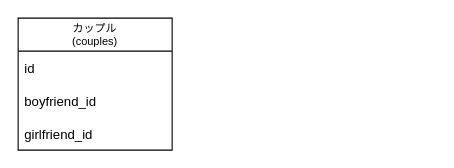
Earlier version of the draw.io diagram db.drawio (sohey-dr/foreapere-backend-rust). Source tidied: cells renumbered, new cells numbered last; positions are measured from the earlier drawing's top-left corner, leaving out a move shared by most shapes. Both pictures are drawn from the tidied source at 110%, with x=0, y=0 at pixel (18, 18).
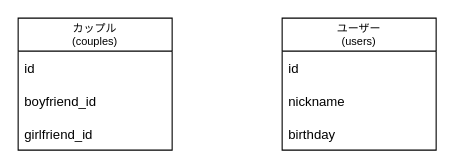
The same diagram, later.

The edit, as a diff of the source:
```diff
@@
 <mxGraphModel>
   <root>
     <mxCell id="0" />
     <mxCell id="1" parent="0" />
     <mxCell id="2" value="カップル&#10;(couples)" style="swimlane;fontStyle=0;horizontal=1;startSize=30;fontSize=10;" parent="1" vertex="1">
       <mxGeometry width="140" height="120" as="geometry" />
     </mxCell>
     <mxCell id="3" value="id" style="text;strokeColor=none;fillColor=none;align=left;verticalAlign=middle;spacingLeft=4;spacingRight=4;overflow=hidden;" parent="2" vertex="1">
       <mxGeometry y="30" width="140" height="30" as="geometry" />
     </mxCell>
     <mxCell id="4" value="boyfriend_id" style="text;strokeColor=none;fillColor=none;align=left;verticalAlign=middle;spacingLeft=4;spacingRight=4;overflow=hidden;" parent="2" vertex="1">
       <mxGeometry y="60" width="140" height="30" as="geometry" />
     </mxCell>
     <mxCell id="5" value="girlfriend_id" style="text;strokeColor=none;fillColor=none;align=left;verticalAlign=middle;spacingLeft=4;spacingRight=4;overflow=hidden;" parent="2" vertex="1">
       <mxGeometry y="90" width="140" height="30" as="geometry" />
     </mxCell>
+    <mxCell id="6" value="ユーザー&#10;(users)" style="swimlane;fontStyle=0;horizontal=1;startSize=30;fontSize=10;" parent="1" vertex="1">
+      <mxGeometry x="240" width="140" height="120" as="geometry" />
+    </mxCell>
+    <mxCell id="7" value="id" style="text;strokeColor=none;fillColor=none;align=left;verticalAlign=middle;spacingLeft=4;spacingRight=4;overflow=hidden;" parent="6" vertex="1">
+      <mxGeometry y="30" width="140" height="30" as="geometry" />
+    </mxCell>
+    <mxCell id="8" value="nickname" style="text;strokeColor=none;fillColor=none;align=left;verticalAlign=middle;spacingLeft=4;spacingRight=4;overflow=hidden;" parent="6" vertex="1">
+      <mxGeometry y="60" width="140" height="30" as="geometry" />
+    </mxCell>
+    <mxCell id="9" value="birthday" style="text;strokeColor=none;fillColor=none;align=left;verticalAlign=middle;spacingLeft=4;spacingRight=4;overflow=hidden;" parent="6" vertex="1">
+      <mxGeometry y="90" width="140" height="30" as="geometry" />
+    </mxCell>
   </root>
 </mxGraphModel>
```
